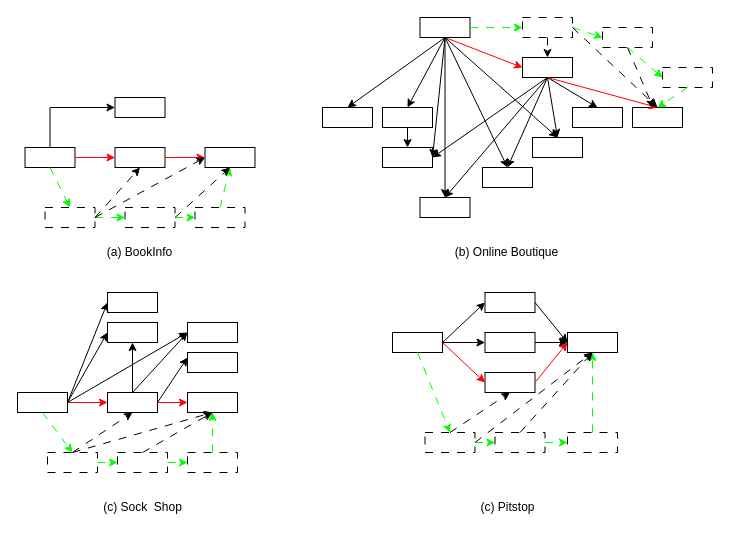
The draw.io diagram Obfuscation.drawio in skwwwwww/draw, before the edit. Source tidied: cells renumbered, new cells numbered last; positions are measured from the earlier drawing's top-left corner, leaving out a move shared by most shapes. Both pictures are drawn from the tidied source at 100%, with x=0, y=0 at pixel (17, 17).
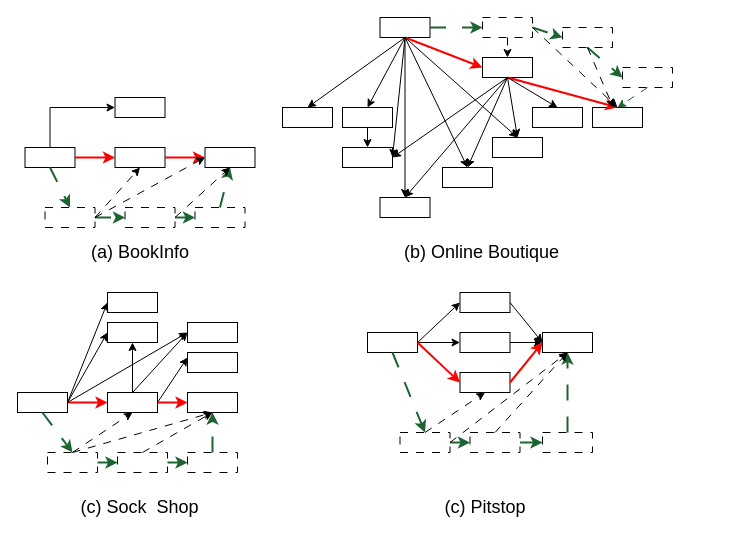
After the change.

Unchanged cells that the change refers to:
```xml
<mxCell id="3" style="rounded=0;whiteSpace=wrap;html=1;" parent="1" vertex="1">
  <mxGeometry x="7.5" y="130" width="50" height="20" as="geometry" />
</mxCell>
<mxCell id="4" style="rounded=0;whiteSpace=wrap;html=1;" parent="1" vertex="1">
  <mxGeometry x="97.5" y="130" width="50" height="20" as="geometry" />
</mxCell>
<mxCell id="6" style="rounded=0;whiteSpace=wrap;html=1;" parent="1" vertex="1">
  <mxGeometry x="187.5" y="130" width="50" height="20" as="geometry" />
</mxCell>
<mxCell id="9" style="rounded=0;whiteSpace=wrap;html=1;dashed=1;dashPattern=8 8;" parent="1" vertex="1">
  <mxGeometry x="27.5" y="190" width="50" height="20" as="geometry" />
</mxCell>
<mxCell id="10" style="rounded=0;whiteSpace=wrap;html=1;dashed=1;dashPattern=8 8;" parent="1" vertex="1">
  <mxGeometry x="107.5" y="190" width="50" height="20" as="geometry" />
</mxCell>
<mxCell id="11" style="rounded=0;whiteSpace=wrap;html=1;dashed=1;dashPattern=8 8;" parent="1" vertex="1">
  <mxGeometry x="177.5" y="190" width="50" height="20" as="geometry" />
</mxCell>
<mxCell id="55" style="rounded=0;whiteSpace=wrap;html=1;" parent="1" vertex="1">
  <mxGeometry y="375" width="50" height="20" as="geometry" />
</mxCell>
<mxCell id="57" style="rounded=0;whiteSpace=wrap;html=1;" parent="1" vertex="1">
  <mxGeometry x="90" y="375" width="50" height="20" as="geometry" />
</mxCell>
<mxCell id="61" style="rounded=0;whiteSpace=wrap;html=1;" parent="1" vertex="1">
  <mxGeometry x="170" y="375" width="50" height="20" as="geometry" />
</mxCell>
<mxCell id="62" style="rounded=0;whiteSpace=wrap;html=1;dashed=1;dashPattern=8 8;" parent="1" vertex="1">
  <mxGeometry x="30" y="435" width="50" height="20" as="geometry" />
</mxCell>
<mxCell id="63" style="rounded=0;whiteSpace=wrap;html=1;dashed=1;dashPattern=8 8;" parent="1" vertex="1">
  <mxGeometry x="100" y="435" width="50" height="20" as="geometry" />
</mxCell>
<mxCell id="64" style="rounded=0;whiteSpace=wrap;html=1;dashed=1;dashPattern=8 8;" parent="1" vertex="1">
  <mxGeometry x="170" y="435" width="50" height="20" as="geometry" />
</mxCell>
```

What changed in the source:
```diff
@@
-    <mxCell id="7" style="endArrow=classic;html=1;rounded=0;exitX=1;exitY=0.5;exitDx=0;exitDy=0;entryX=0;entryY=0.5;entryDx=0;entryDy=0;strokeColor=light-dark(#ff0000, #ededed);" parent="1" edge="1" source="3" target="4">
+    <mxCell id="7" style="endArrow=classic;html=1;rounded=0;exitX=1;exitY=0.5;exitDx=0;exitDy=0;entryX=0;entryY=0.5;entryDx=0;entryDy=0;strokeColor=light-dark(#ff0000, #ededed);strokeWidth=2;" parent="1" edge="1" source="3" target="4">
       <mxGeometry relative="1" as="geometry" />
     </mxCell>
-    <mxCell id="8" style="endArrow=classic;html=1;rounded=0;exitX=1;exitY=0.5;exitDx=0;exitDy=0;entryX=0;entryY=0.5;entryDx=0;entryDy=0;strokeColor=light-dark(#ff0000, #ededed);" parent="1" edge="1" source="4" target="6">
+    <mxCell id="8" style="endArrow=classic;html=1;rounded=0;exitX=1;exitY=0.5;exitDx=0;exitDy=0;entryX=0;entryY=0.5;entryDx=0;entryDy=0;strokeColor=light-dark(#ff0000, #ededed);strokeWidth=2;" parent="1" edge="1" source="4" target="6">
       <mxGeometry relative="1" as="geometry" />
     </mxCell>
@@
-    <mxCell id="12" style="endArrow=classic;html=1;rounded=0;exitX=0.5;exitY=1;exitDx=0;exitDy=0;entryX=0.5;entryY=0;entryDx=0;entryDy=0;dashed=1;dashPattern=8 8;strokeColor=light-dark(#00ff00, #ededed);" parent="1" edge="1" source="3" target="9">
+    <mxCell id="12" style="endArrow=classic;html=1;rounded=0;exitX=0.5;exitY=1;exitDx=0;exitDy=0;entryX=0.5;entryY=0;entryDx=0;entryDy=0;dashed=1;dashPattern=8 8;strokeColor=light-dark(#1e6432, #ededed);strokeWidth=2;" parent="1" edge="1" source="3" target="9">
       <mxGeometry relative="1" as="geometry" />
     </mxCell>
-    <mxCell id="13" style="endArrow=classic;html=1;rounded=0;exitX=1;exitY=0.5;exitDx=0;exitDy=0;entryX=0;entryY=0.5;entryDx=0;entryDy=0;dashed=1;dashPattern=8 8;strokeColor=light-dark(#00ff00, #ededed);" parent="1" edge="1" source="9" target="10">
+    <mxCell id="13" style="endArrow=classic;html=1;rounded=0;exitX=1;exitY=0.5;exitDx=0;exitDy=0;entryX=0;entryY=0.5;entryDx=0;entryDy=0;dashed=1;dashPattern=8 8;strokeColor=light-dark(#1e6432, #ededed);strokeWidth=2;" parent="1" edge="1" source="9" target="10">
       <mxGeometry relative="1" as="geometry" />
     </mxCell>
-    <mxCell id="14" style="endArrow=classic;html=1;rounded=0;exitX=1;exitY=0.5;exitDx=0;exitDy=0;entryX=0;entryY=0.5;entryDx=0;entryDy=0;dashed=1;dashPattern=8 8;strokeColor=light-dark(#00ff00, #ededed);" parent="1" edge="1" source="10" target="11">
+    <mxCell id="14" style="endArrow=classic;html=1;rounded=0;exitX=1;exitY=0.5;exitDx=0;exitDy=0;entryX=0;entryY=0.5;entryDx=0;entryDy=0;dashed=1;dashPattern=8 8;strokeColor=light-dark(#1e6432, #ededed);strokeWidth=2;" parent="1" edge="1" source="10" target="11">
       <mxGeometry relative="1" as="geometry" />
     </mxCell>
-    <mxCell id="15" style="endArrow=classic;html=1;rounded=0;exitX=0.5;exitY=0;exitDx=0;exitDy=0;entryX=0.5;entryY=1;entryDx=0;entryDy=0;dashed=1;dashPattern=8 8;strokeColor=light-dark(#00ff00, #ededed);" parent="1" edge="1" source="11" target="6">
+    <mxCell id="15" style="endArrow=classic;html=1;rounded=0;exitX=0.5;exitY=0;exitDx=0;exitDy=0;entryX=0.5;entryY=1;entryDx=0;entryDy=0;dashed=1;dashPattern=8 8;strokeColor=light-dark(#1e6432, #ededed);strokeWidth=2;" parent="1" edge="1" source="11" target="6">
       <mxGeometry relative="1" as="geometry" />
     </mxCell>
@@
-    <mxCell id="18" value="(a) BookInfo" style="text;html=1;align=center;verticalAlign=middle;whiteSpace=wrap;rounded=0;" parent="1" vertex="1">
-      <mxGeometry x="85" y="220" width="75" height="30" as="geometry" />
+    <mxCell id="18" value="&lt;font style=&quot;font-size: 18px;&quot;&gt;(a) BookInfo&lt;/font&gt;" style="text;html=1;align=center;verticalAlign=middle;whiteSpace=wrap;rounded=0;" parent="1" vertex="1">
+      <mxGeometry x="67.5" y="220" width="110" height="30" as="geometry" />
     </mxCell>
     <mxCell id="19" style="rounded=0;whiteSpace=wrap;html=1;" parent="1" vertex="1">
-      <mxGeometry x="402.5" width="50" height="20" as="geometry" />
+      <mxGeometry x="362.5" width="50" height="20" as="geometry" />
     </mxCell>
     <mxCell id="20" style="rounded=0;whiteSpace=wrap;html=1;" parent="1" vertex="1">
-      <mxGeometry x="505" y="40" width="50" height="20" as="geometry" />
+      <mxGeometry x="465" y="40" width="50" height="20" as="geometry" />
     </mxCell>
     <mxCell id="21" style="rounded=0;whiteSpace=wrap;html=1;" parent="1" vertex="1">
-      <mxGeometry x="305" y="90" width="50" height="20" as="geometry" />
+      <mxGeometry x="265" y="90" width="50" height="20" as="geometry" />
     </mxCell>
     <mxCell id="22" style="rounded=0;whiteSpace=wrap;html=1;" parent="1" vertex="1">
-      <mxGeometry x="365" y="90" width="50" height="20" as="geometry" />
+      <mxGeometry x="325" y="90" width="50" height="20" as="geometry" />
     </mxCell>
     <mxCell id="23" style="rounded=0;whiteSpace=wrap;html=1;" parent="1" vertex="1">
-      <mxGeometry x="365" y="130" width="50" height="20" as="geometry" />
+      <mxGeometry x="325" y="130" width="50" height="20" as="geometry" />
     </mxCell>
     <mxCell id="24" style="rounded=0;whiteSpace=wrap;html=1;" parent="1" vertex="1">
-      <mxGeometry x="402.5" y="180" width="50" height="20" as="geometry" />
+      <mxGeometry x="362.5" y="180" width="50" height="20" as="geometry" />
     </mxCell>
     <mxCell id="25" style="rounded=0;whiteSpace=wrap;html=1;" parent="1" vertex="1">
-      <mxGeometry x="465" y="150" width="50" height="20" as="geometry" />
+      <mxGeometry x="425" y="150" width="50" height="20" as="geometry" />
     </mxCell>
     <mxCell id="26" style="rounded=0;whiteSpace=wrap;html=1;" parent="1" vertex="1">
-      <mxGeometry x="515" y="120" width="50" height="20" as="geometry" />
+      <mxGeometry x="475" y="120" width="50" height="20" as="geometry" />
     </mxCell>
     <mxCell id="27" style="rounded=0;whiteSpace=wrap;html=1;" parent="1" vertex="1">
-      <mxGeometry x="615" y="90" width="50" height="20" as="geometry" />
+      <mxGeometry x="575" y="90" width="50" height="20" as="geometry" />
     </mxCell>
     <mxCell id="28" style="rounded=0;whiteSpace=wrap;html=1;" parent="1" vertex="1">
-      <mxGeometry x="555" y="90" width="50" height="20" as="geometry" />
+      <mxGeometry x="515" y="90" width="50" height="20" as="geometry" />
     </mxCell>
-    <mxCell id="29" style="endArrow=classic;html=1;rounded=0;exitX=0.5;exitY=1;exitDx=0;exitDy=0;entryX=0;entryY=0.5;entryDx=0;entryDy=0;strokeColor=light-dark(#ff0000, #ededed);" parent="1" edge="1" source="19" target="20">
+    <mxCell id="29" style="endArrow=classic;html=1;rounded=0;exitX=0.5;exitY=1;exitDx=0;exitDy=0;entryX=0;entryY=0.5;entryDx=0;entryDy=0;strokeColor=light-dark(#ff0000, #ededed);strokeWidth=2;" parent="1" edge="1" source="19" target="20">
       <mxGeometry relative="1" as="geometry" />
     </mxCell>
@@
-    <mxCell id="41" style="endArrow=classic;html=1;rounded=0;exitX=0.5;exitY=1;exitDx=0;exitDy=0;entryX=0.5;entryY=0;entryDx=0;entryDy=0;strokeColor=light-dark(#ff0000, #ededed);" parent="1" edge="1" source="20" target="27">
+    <mxCell id="41" style="endArrow=classic;html=1;rounded=0;exitX=0.5;exitY=1;exitDx=0;exitDy=0;entryX=0.5;entryY=0;entryDx=0;entryDy=0;strokeColor=light-dark(#ff0000, #ededed);strokeWidth=2;" parent="1" edge="1" source="20" target="27">
       <mxGeometry relative="1" as="geometry" />
     </mxCell>
@@
     <mxCell id="43" style="rounded=0;whiteSpace=wrap;html=1;dashed=1;dashPattern=8 8;" parent="1" vertex="1">
-      <mxGeometry x="505" width="50" height="20" as="geometry" />
+      <mxGeometry x="465" width="50" height="20" as="geometry" />
     </mxCell>
     <mxCell id="44" style="rounded=0;whiteSpace=wrap;html=1;dashed=1;dashPattern=8 8;" parent="1" vertex="1">
-      <mxGeometry x="585" y="10" width="50" height="20" as="geometry" />
+      <mxGeometry x="545" y="10" width="50" height="20" as="geometry" />
     </mxCell>
     <mxCell id="45" style="rounded=0;whiteSpace=wrap;html=1;dashed=1;dashPattern=8 8;" parent="1" vertex="1">
-      <mxGeometry x="645" y="50" width="50" height="20" as="geometry" />
+      <mxGeometry x="605" y="50" width="50" height="20" as="geometry" />
     </mxCell>
-    <mxCell id="46" style="endArrow=classic;html=1;rounded=0;exitX=1;exitY=0.5;exitDx=0;exitDy=0;entryX=0;entryY=0.5;entryDx=0;entryDy=0;dashed=1;dashPattern=8 8;strokeColor=light-dark(#00ff00, #ededed);" parent="1" edge="1" source="19" target="43">
+    <mxCell id="46" style="endArrow=classic;html=1;rounded=0;exitX=1;exitY=0.5;exitDx=0;exitDy=0;entryX=0;entryY=0.5;entryDx=0;entryDy=0;dashed=1;dashPattern=8 8;strokeColor=light-dark(#1e6432, #ededed);strokeWidth=2;" parent="1" edge="1" source="19" target="43">
       <mxGeometry relative="1" as="geometry" />
     </mxCell>
-    <mxCell id="47" style="endArrow=classic;html=1;rounded=0;exitX=1;exitY=0.5;exitDx=0;exitDy=0;entryX=0;entryY=0.5;entryDx=0;entryDy=0;dashed=1;dashPattern=8 8;strokeColor=light-dark(#00ff00, #ededed);" parent="1" edge="1" source="43" target="44">
+    <mxCell id="47" style="endArrow=classic;html=1;rounded=0;exitX=1;exitY=0.5;exitDx=0;exitDy=0;entryX=0;entryY=0.5;entryDx=0;entryDy=0;dashed=1;dashPattern=8 8;strokeColor=light-dark(#1e6432, #ededed);strokeWidth=2;" parent="1" edge="1" source="43" target="44">
       <mxGeometry relative="1" as="geometry" />
     </mxCell>
-    <mxCell id="48" style="endArrow=classic;html=1;rounded=0;exitX=0.5;exitY=1;exitDx=0;exitDy=0;entryX=0;entryY=0.5;entryDx=0;entryDy=0;dashed=1;dashPattern=8 8;strokeColor=light-dark(#00ff00, #ededed);" parent="1" edge="1" source="44" target="45">
+    <mxCell id="48" style="endArrow=classic;html=1;rounded=0;exitX=0.5;exitY=1;exitDx=0;exitDy=0;entryX=0;entryY=0.5;entryDx=0;entryDy=0;dashed=1;dashPattern=8 8;strokeColor=light-dark(#1e6432, #ededed);strokeWidth=2;" parent="1" edge="1" source="44" target="45">
       <mxGeometry relative="1" as="geometry" />
     </mxCell>
-    <mxCell id="49" style="endArrow=classic;html=1;rounded=0;exitX=0.5;exitY=1;exitDx=0;exitDy=0;entryX=0.5;entryY=0;entryDx=0;entryDy=0;dashed=1;dashPattern=8 8;strokeColor=light-dark(#00ff00, #ededed);" parent="1" edge="1" source="45" target="27">
+    <mxCell id="49" style="endArrow=classic;html=1;rounded=0;exitX=0.5;exitY=1;exitDx=0;exitDy=0;entryX=0.5;entryY=0;entryDx=0;entryDy=0;dashed=1;dashPattern=8 8;strokeColor=light-dark(#1e6432, #ededed);" parent="1" edge="1" source="45" target="27">
       <mxGeometry relative="1" as="geometry" />
     </mxCell>
@@
-    <mxCell id="54" value="(b) Online Boutique" style="text;html=1;align=center;verticalAlign=middle;whiteSpace=wrap;rounded=0;" parent="1" vertex="1">
-      <mxGeometry x="422.5" y="220" width="132.5" height="30" as="geometry" />
+    <mxCell id="54" value="&lt;font style=&quot;font-size: 18px;&quot;&gt;(b) Online Boutique&lt;/font&gt;" style="text;html=1;align=center;verticalAlign=middle;whiteSpace=wrap;rounded=0;" parent="1" vertex="1">
+      <mxGeometry x="377.5" y="220" width="172.5" height="30" as="geometry" />
     </mxCell>
@@
-    <mxCell id="67" style="endArrow=classic;html=1;rounded=0;exitX=1;exitY=0.5;exitDx=0;exitDy=0;entryX=0;entryY=0.5;entryDx=0;entryDy=0;strokeColor=light-dark(#ff0000, #ededed);" parent="1" edge="1" source="55" target="57">
+    <mxCell id="67" style="endArrow=classic;html=1;rounded=0;exitX=1;exitY=0.5;exitDx=0;exitDy=0;entryX=0;entryY=0.5;entryDx=0;entryDy=0;strokeColor=light-dark(#ff0000, #ededed);strokeWidth=2;" parent="1" edge="1" source="55" target="57">
       <mxGeometry relative="1" as="geometry" />
     </mxCell>
@@
-    <mxCell id="72" style="endArrow=classic;html=1;rounded=0;exitX=1;exitY=0.5;exitDx=0;exitDy=0;entryX=0;entryY=0.5;entryDx=0;entryDy=0;strokeColor=light-dark(#ff0000, #ededed);" parent="1" edge="1" source="57" target="61">
+    <mxCell id="72" style="endArrow=classic;html=1;rounded=0;exitX=1;exitY=0.5;exitDx=0;exitDy=0;entryX=0;entryY=0.5;entryDx=0;entryDy=0;strokeColor=light-dark(#ff0000, #ededed);strokeWidth=2;" parent="1" edge="1" source="57" target="61">
       <mxGeometry relative="1" as="geometry" />
     </mxCell>
-    <mxCell id="73" style="endArrow=classic;html=1;rounded=0;exitX=0.5;exitY=1;exitDx=0;exitDy=0;entryX=0.5;entryY=0;entryDx=0;entryDy=0;dashed=1;dashPattern=8 8;strokeColor=light-dark(#00ff00, #ededed);" parent="1" edge="1" source="55" target="62">
+    <mxCell id="73" style="endArrow=classic;html=1;rounded=0;exitX=0.5;exitY=1;exitDx=0;exitDy=0;entryX=0.5;entryY=0;entryDx=0;entryDy=0;dashed=1;dashPattern=8 8;strokeColor=light-dark(#1e6432, #ededed);strokeWidth=2;" parent="1" edge="1" source="55" target="62">
       <mxGeometry relative="1" as="geometry" />
     </mxCell>
-    <mxCell id="74" style="endArrow=classic;html=1;rounded=0;exitX=1;exitY=0.5;exitDx=0;exitDy=0;entryX=0;entryY=0.5;entryDx=0;entryDy=0;dashed=1;dashPattern=8 8;strokeColor=light-dark(#00ff00, #ededed);" parent="1" edge="1" source="62" target="63">
+    <mxCell id="74" style="endArrow=classic;html=1;rounded=0;exitX=1;exitY=0.5;exitDx=0;exitDy=0;entryX=0;entryY=0.5;entryDx=0;entryDy=0;dashed=1;dashPattern=8 8;strokeColor=light-dark(#1e6432, #ededed);strokeWidth=2;" parent="1" edge="1" source="62" target="63">
       <mxGeometry relative="1" as="geometry" />
     </mxCell>
-    <mxCell id="75" style="endArrow=classic;html=1;rounded=0;exitX=1;exitY=0.5;exitDx=0;exitDy=0;entryX=0;entryY=0.5;entryDx=0;entryDy=0;dashed=1;dashPattern=8 8;strokeColor=light-dark(#00ff00, #ededed);" parent="1" edge="1" source="63" target="64">
+    <mxCell id="75" style="endArrow=classic;html=1;rounded=0;exitX=1;exitY=0.5;exitDx=0;exitDy=0;entryX=0;entryY=0.5;entryDx=0;entryDy=0;dashed=1;dashPattern=8 8;strokeColor=light-dark(#1e6432, #ededed);strokeWidth=2;" parent="1" edge="1" source="63" target="64">
       <mxGeometry relative="1" as="geometry" />
     </mxCell>
-    <mxCell id="76" style="endArrow=classic;html=1;rounded=0;exitX=0.5;exitY=0;exitDx=0;exitDy=0;entryX=0.5;entryY=1;entryDx=0;entryDy=0;dashed=1;dashPattern=8 8;strokeColor=light-dark(#00ff00, #ededed);" parent="1" edge="1" source="64" target="61">
+    <mxCell id="76" style="endArrow=classic;html=1;rounded=0;exitX=0.5;exitY=0;exitDx=0;exitDy=0;entryX=0.5;entryY=1;entryDx=0;entryDy=0;dashed=1;dashPattern=8 8;strokeColor=light-dark(#1e6432, #ededed);strokeWidth=2;" parent="1" edge="1" source="64" target="61">
       <mxGeometry relative="1" as="geometry" />
     </mxCell>
@@
-    <mxCell id="80" value="(c) Sock&amp;nbsp; Shop" style="text;html=1;align=center;verticalAlign=middle;whiteSpace=wrap;rounded=0;" parent="1" vertex="1">
-      <mxGeometry x="82.5" y="475" width="85" height="30" as="geometry" />
+    <mxCell id="80" value="&lt;font style=&quot;font-size: 18px;&quot;&gt;(c) Sock&amp;nbsp; Shop&lt;/font&gt;" style="text;html=1;align=center;verticalAlign=middle;whiteSpace=wrap;rounded=0;" parent="1" vertex="1">
+      <mxGeometry x="61.2" y="475" width="122.5" height="30" as="geometry" />
     </mxCell>
     <mxCell id="81" style="rounded=0;whiteSpace=wrap;html=1;" parent="1" vertex="1">
-      <mxGeometry x="375" y="315" width="50" height="20" as="geometry" />
+      <mxGeometry x="350" y="315" width="50" height="20" as="geometry" />
     </mxCell>
     <mxCell id="82" style="rounded=0;whiteSpace=wrap;html=1;" parent="1" vertex="1">
-      <mxGeometry x="467.5" y="315" width="50" height="20" as="geometry" />
+      <mxGeometry x="442.5" y="315" width="50" height="20" as="geometry" />
     </mxCell>
     <mxCell id="83" style="rounded=0;whiteSpace=wrap;html=1;" parent="1" vertex="1">
-      <mxGeometry x="467.5" y="275" width="50" height="20" as="geometry" />
+      <mxGeometry x="442.5" y="275" width="50" height="20" as="geometry" />
     </mxCell>
     <mxCell id="84" style="rounded=0;whiteSpace=wrap;html=1;" parent="1" vertex="1">
-      <mxGeometry x="467.5" y="355" width="50" height="20" as="geometry" />
+      <mxGeometry x="442.5" y="355" width="50" height="20" as="geometry" />
     </mxCell>
     <mxCell id="85" style="rounded=0;whiteSpace=wrap;html=1;" parent="1" vertex="1">
-      <mxGeometry x="550" y="315" width="50" height="20" as="geometry" />
+      <mxGeometry x="525" y="315" width="50" height="20" as="geometry" />
     </mxCell>
     <mxCell id="86" style="rounded=0;whiteSpace=wrap;html=1;dashed=1;dashPattern=8 8;" parent="1" vertex="1">
-      <mxGeometry x="407.5" y="415" width="50" height="20" as="geometry" />
+      <mxGeometry x="382.5" y="415" width="50" height="20" as="geometry" />
     </mxCell>
     <mxCell id="87" style="rounded=0;whiteSpace=wrap;html=1;dashed=1;dashPattern=8 8;" parent="1" vertex="1">
-      <mxGeometry x="477.5" y="415" width="50" height="20" as="geometry" />
+      <mxGeometry x="452.5" y="415" width="50" height="20" as="geometry" />
     </mxCell>
     <mxCell id="88" style="rounded=0;whiteSpace=wrap;html=1;dashed=1;dashPattern=8 8;" parent="1" vertex="1">
-      <mxGeometry x="550" y="415" width="50" height="20" as="geometry" />
+      <mxGeometry x="525" y="415" width="50" height="20" as="geometry" />
     </mxCell>
@@
-    <mxCell id="91" style="endArrow=classic;html=1;rounded=0;exitX=1;exitY=0.5;exitDx=0;exitDy=0;entryX=0;entryY=0.5;entryDx=0;entryDy=0;strokeColor=light-dark(#ff0000, #ededed);" parent="1" edge="1" source="81" target="84">
+    <mxCell id="91" style="endArrow=classic;html=1;rounded=0;exitX=1;exitY=0.5;exitDx=0;exitDy=0;entryX=0;entryY=0.5;entryDx=0;entryDy=0;strokeColor=light-dark(#ff0000, #ededed);strokeWidth=2;" parent="1" edge="1" source="81" target="84">
       <mxGeometry relative="1" as="geometry" />
     </mxCell>
@@
-    <mxCell id="94" style="endArrow=classic;html=1;rounded=0;exitX=1;exitY=0.5;exitDx=0;exitDy=0;entryX=0;entryY=0.5;entryDx=0;entryDy=0;strokeColor=light-dark(#ff0000, #ededed);" parent="1" edge="1" source="84" target="85">
+    <mxCell id="94" style="endArrow=classic;html=1;rounded=0;exitX=1;exitY=0.5;exitDx=0;exitDy=0;entryX=0;entryY=0.5;entryDx=0;entryDy=0;strokeColor=light-dark(#ff0000, #ededed);strokeWidth=2;" parent="1" edge="1" source="84" target="85">
       <mxGeometry relative="1" as="geometry" />
     </mxCell>
-    <mxCell id="95" style="endArrow=classic;html=1;rounded=0;exitX=0.5;exitY=1;exitDx=0;exitDy=0;entryX=0.5;entryY=0;entryDx=0;entryDy=0;dashed=1;dashPattern=8 8;strokeColor=light-dark(#00ff00, #ededed);" parent="1" edge="1" source="81" target="86">
+    <mxCell id="95" style="endArrow=classic;html=1;rounded=0;exitX=0.5;exitY=1;exitDx=0;exitDy=0;entryX=0.5;entryY=0;entryDx=0;entryDy=0;dashed=1;dashPattern=8 8;strokeColor=light-dark(#1e6432, #ededed);strokeWidth=2;" parent="1" edge="1" source="81" target="86">
       <mxGeometry relative="1" as="geometry" />
     </mxCell>
-    <mxCell id="96" style="endArrow=classic;html=1;rounded=0;exitX=1;exitY=0.5;exitDx=0;exitDy=0;entryX=0;entryY=0.5;entryDx=0;entryDy=0;dashed=1;dashPattern=8 8;strokeColor=light-dark(#00ff00, #ededed);" parent="1" edge="1" source="86" target="87">
+    <mxCell id="96" style="endArrow=classic;html=1;rounded=0;exitX=1;exitY=0.5;exitDx=0;exitDy=0;entryX=0;entryY=0.5;entryDx=0;entryDy=0;dashed=1;dashPattern=8 8;strokeColor=light-dark(#1e6432, #ededed);strokeWidth=2;" parent="1" edge="1" source="86" target="87">
       <mxGeometry relative="1" as="geometry" />
     </mxCell>
-    <mxCell id="97" style="endArrow=classic;html=1;rounded=0;exitX=1;exitY=0.5;exitDx=0;exitDy=0;entryX=0;entryY=0.5;entryDx=0;entryDy=0;dashed=1;dashPattern=8 8;strokeColor=light-dark(#00ff00, #ededed);" parent="1" edge="1" source="87" target="88">
+    <mxCell id="97" style="endArrow=classic;html=1;rounded=0;exitX=1;exitY=0.5;exitDx=0;exitDy=0;entryX=0;entryY=0.5;entryDx=0;entryDy=0;dashed=1;dashPattern=8 8;strokeColor=light-dark(#1e6432, #ededed);strokeWidth=2;" parent="1" edge="1" source="87" target="88">
       <mxGeometry relative="1" as="geometry" />
     </mxCell>
-    <mxCell id="98" style="endArrow=classic;html=1;rounded=0;exitX=0.5;exitY=0;exitDx=0;exitDy=0;entryX=0.5;entryY=1;entryDx=0;entryDy=0;dashed=1;dashPattern=8 8;strokeColor=light-dark(#00ff00, #ededed);" parent="1" edge="1" source="88" target="85">
+    <mxCell id="98" style="endArrow=classic;html=1;rounded=0;exitX=0.5;exitY=0;exitDx=0;exitDy=0;entryX=0.5;entryY=1;entryDx=0;entryDy=0;dashed=1;dashPattern=8 8;strokeColor=light-dark(#1e6432, #ededed);strokeWidth=2;" parent="1" edge="1" source="88" target="85">
       <mxGeometry relative="1" as="geometry" />
     </mxCell>
@@
-    <mxCell id="102" value="(c) Pitstop" style="text;html=1;align=center;verticalAlign=middle;whiteSpace=wrap;rounded=0;" parent="1" vertex="1">
-      <mxGeometry x="447.5" y="475" width="85" height="30" as="geometry" />
+    <mxCell id="102" value="&lt;font style=&quot;font-size: 18px;&quot;&gt;(c) Pitstop&lt;/font&gt;" style="text;html=1;align=center;verticalAlign=middle;whiteSpace=wrap;rounded=0;" parent="1" vertex="1">
+      <mxGeometry x="423.8" y="475" width="87.5" height="30" as="geometry" />
     </mxCell>
```
